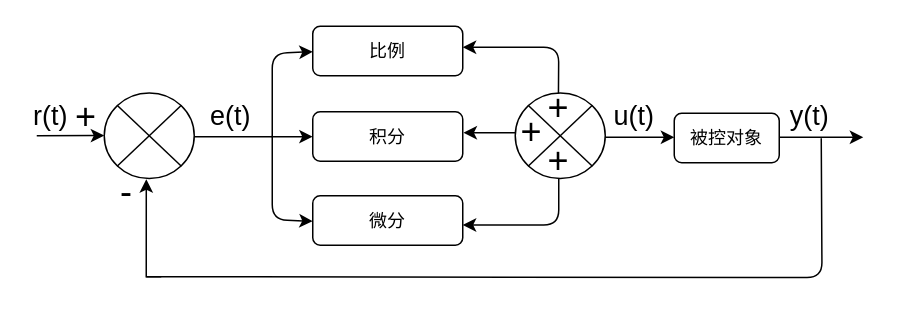
The draw.io diagram draw01.drawio in madao101/draw, before the edit. Source tidied: cells renumbered, new cells numbered last; positions are measured from the earlier drawing's top-left corner, leaving out a move shared by most shapes. Both pictures are drawn from the tidied source at 150%, with x=0, y=0 at pixel (36, 26).
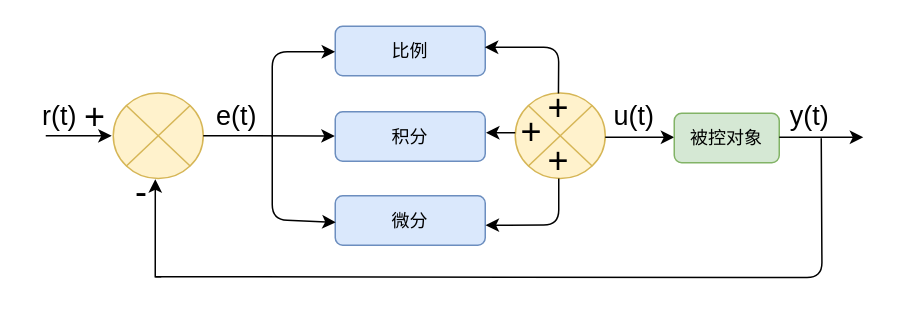
The same page after the edit.

Change to the diagram source:
```diff
@@
-    <mxCell id="2" style="endArrow=classic;html=1;rounded=1;" parent="1" edge="1">
+    <mxCell id="2" style="endArrow=classic;html=1;rounded=1;entryX=-0.017;entryY=0.501;entryDx=0;entryDy=0;entryPerimeter=0;" parent="1" edge="1" target="4">
       <mxGeometry relative="1" as="geometry">
-        <mxPoint y="73" as="sourcePoint" />
-        <mxPoint x="45" y="72.9" as="targetPoint" />
+        <mxPoint x="6" y="73" as="sourcePoint" />
       </mxGeometry>
     </mxCell>
-    <mxCell id="3" value="比例" style="rounded=1;whiteSpace=wrap;html=1;shadow=0;glass=0;" parent="1" vertex="1">
-      <mxGeometry x="184" width="100" height="33" as="geometry" />
+    <mxCell id="3" value="比例" style="rounded=1;whiteSpace=wrap;html=1;shadow=0;glass=0;fillColor=#dae8fc;strokeColor=#6c8ebf;" parent="1" vertex="1">
+      <mxGeometry x="199" width="100" height="33" as="geometry" />
     </mxCell>
-    <mxCell id="4" style="verticalLabelPosition=bottom;verticalAlign=top;html=1;shape=mxgraph.flowchart.or;rounded=1;" parent="1" vertex="1">
-      <mxGeometry x="45" y="44.5" width="60" height="57" as="geometry" />
+    <mxCell id="4" style="verticalLabelPosition=bottom;verticalAlign=top;html=1;shape=mxgraph.flowchart.or;rounded=1;fillColor=#fff2cc;strokeColor=#d6b656;" parent="1" vertex="1">
+      <mxGeometry x="51" y="44.5" width="60" height="57" as="geometry" />
     </mxCell>
-    <mxCell id="5" value="积分" style="rounded=1;whiteSpace=wrap;html=1;" parent="1" vertex="1">
-      <mxGeometry x="184" y="57" width="100" height="33" as="geometry" />
+    <mxCell id="5" value="积分" style="rounded=1;whiteSpace=wrap;html=1;fillColor=#dae8fc;strokeColor=#6c8ebf;" parent="1" vertex="1">
+      <mxGeometry x="199" y="57" width="100" height="33" as="geometry" />
     </mxCell>
-    <mxCell id="6" value="微分" style="rounded=1;whiteSpace=wrap;html=1;" parent="1" vertex="1">
-      <mxGeometry x="184" y="113" width="100" height="33" as="geometry" />
+    <mxCell id="6" value="微分" style="rounded=1;whiteSpace=wrap;html=1;fillColor=#dae8fc;strokeColor=#6c8ebf;" parent="1" vertex="1">
+      <mxGeometry x="199" y="113" width="100" height="33" as="geometry" />
     </mxCell>
-    <mxCell id="7" style="verticalLabelPosition=bottom;verticalAlign=top;html=1;shape=mxgraph.flowchart.or;rounded=1;" parent="1" vertex="1">
+    <mxCell id="7" style="verticalLabelPosition=bottom;verticalAlign=top;html=1;shape=mxgraph.flowchart.or;rounded=1;fillColor=#fff2cc;strokeColor=#d6b656;" parent="1" vertex="1">
       <mxGeometry x="319" y="44.5" width="60" height="57" as="geometry" />
     </mxCell>
     <mxCell id="8" value="&lt;font style=&quot;font-size: 24px;&quot;&gt;+&lt;/font&gt;" style="text;strokeColor=none;align=center;fillColor=none;html=1;verticalAlign=middle;whiteSpace=wrap;rounded=0;" parent="1" vertex="1">
-      <mxGeometry x="25" y="46" width="16" height="30" as="geometry" />
+      <mxGeometry x="31" y="46" width="16" height="30" as="geometry" />
     </mxCell>
     <mxCell id="9" value="&lt;span style=&quot;font-size: 18px; white-space: nowrap; background-color: rgb(255, 255, 255);&quot;&gt;r(t)&lt;/span&gt;" style="text;strokeColor=none;align=center;fillColor=none;html=1;verticalAlign=middle;whiteSpace=wrap;rounded=0;" parent="1" vertex="1">
-      <mxGeometry y="44.5" width="19" height="30" as="geometry" />
+      <mxGeometry x="6" y="44.5" width="19" height="30" as="geometry" />
     </mxCell>
-    <mxCell id="10" style="endArrow=classic;html=1;rounded=1;strokeColor=default;align=center;verticalAlign=middle;fontFamily=Helvetica;fontSize=11;fontColor=default;labelBackgroundColor=default;exitX=1;exitY=0.513;exitDx=0;exitDy=0;exitPerimeter=0;targetPerimeterSpacing=0;" parent="1" edge="1" source="4" target="5">
+    <mxCell id="10" style="endArrow=classic;html=1;rounded=1;strokeColor=default;align=center;verticalAlign=middle;fontFamily=Helvetica;fontSize=11;fontColor=default;labelBackgroundColor=default;exitX=1;exitY=0.5;exitDx=0;exitDy=0;exitPerimeter=0;targetPerimeterSpacing=0;entryX=-0.003;entryY=0.489;entryDx=0;entryDy=0;entryPerimeter=0;" parent="1" edge="1" source="4" target="5">
       <mxGeometry relative="1" as="geometry" />
     </mxCell>
-    <mxCell id="11" style="endArrow=classic;html=1;rounded=1;strokeColor=default;align=center;verticalAlign=middle;fontFamily=Helvetica;fontSize=11;fontColor=default;labelBackgroundColor=default;" parent="1" edge="1">
+    <mxCell id="11" style="endArrow=classic;html=1;rounded=1;strokeColor=default;align=center;verticalAlign=middle;fontFamily=Helvetica;fontSize=11;fontColor=default;labelBackgroundColor=default;entryX=-0.001;entryY=0.516;entryDx=0;entryDy=0;entryPerimeter=0;" parent="1" edge="1" target="3">
       <mxGeometry relative="1" as="geometry">
         <mxPoint x="157" y="74" as="sourcePoint" />
-        <mxPoint x="184" y="17" as="targetPoint" />
         <Array as="points">
-          <mxPoint x="157" y="18" />
+          <mxPoint x="157" y="17" />
         </Array>
       </mxGeometry>
     </mxCell>
-    <mxCell id="12" style="endArrow=classic;html=1;rounded=1;strokeColor=default;align=center;verticalAlign=middle;fontFamily=Helvetica;fontSize=11;fontColor=default;labelBackgroundColor=default;" parent="1" edge="1">
+    <mxCell id="12" style="endArrow=classic;html=1;rounded=1;strokeColor=default;align=center;verticalAlign=middle;fontFamily=Helvetica;fontSize=11;fontColor=default;labelBackgroundColor=default;entryX=0.003;entryY=0.537;entryDx=0;entryDy=0;entryPerimeter=0;" parent="1" edge="1" target="6">
       <mxGeometry relative="1" as="geometry">
         <mxPoint x="157" y="73" as="sourcePoint" />
-        <mxPoint x="184" y="130" as="targetPoint" />
         <Array as="points">
           <mxPoint x="157" y="129" />
         </Array>
       </mxGeometry>
     </mxCell>
     <mxCell id="13" style="endArrow=none;html=1;rounded=1;strokeColor=default;align=center;verticalAlign=middle;fontFamily=Helvetica;fontSize=11;fontColor=default;labelBackgroundColor=default;entryX=0.423;entryY=1.002;entryDx=0;entryDy=0;entryPerimeter=0;edgeStyle=orthogonalEdgeStyle;endFill=0;" parent="1" edge="1">
       <mxGeometry relative="1" as="geometry">
-        <mxPoint x="73" y="167" as="sourcePoint" />
+        <mxPoint x="79" y="167" as="sourcePoint" />
         <mxPoint x="523" y="74.6" as="targetPoint" />
       </mxGeometry>
     </mxCell>
     <mxCell id="14" value="&lt;font style=&quot;font-size: 24px;&quot;&gt;-&lt;/font&gt;" style="text;strokeColor=none;align=center;fillColor=none;html=1;verticalAlign=middle;whiteSpace=wrap;rounded=0;" parent="1" vertex="1">
-      <mxGeometry x="52" y="96" width="16" height="30" as="geometry" />
+      <mxGeometry x="62" y="96" width="16" height="30" as="geometry" />
     </mxCell>
     <mxCell id="15" value="&lt;span style=&quot;font-size: 18px; white-space: nowrap; background-color: rgb(255, 255, 255);&quot;&gt;e(t)&lt;/span&gt;" style="text;strokeColor=none;align=center;fillColor=none;html=1;verticalAlign=middle;whiteSpace=wrap;rounded=0;" parent="1" vertex="1">
-      <mxGeometry x="120" y="44.5" width="19" height="30" as="geometry" />
+      <mxGeometry x="124" y="44.5" width="19" height="30" as="geometry" />
     </mxCell>
@@
-    <mxCell id="17" value="被控对象" style="rounded=1;whiteSpace=wrap;html=1;shadow=0;glass=0;" parent="1" vertex="1">
+    <mxCell id="17" value="被控对象" style="rounded=1;whiteSpace=wrap;html=1;shadow=0;glass=0;fillColor=#d5e8d4;strokeColor=#82b366;" parent="1" vertex="1">
       <mxGeometry x="425" y="58" width="70" height="33" as="geometry" />
     </mxCell>
@@
     <mxCell id="21" style="endArrow=classic;html=1;rounded=0;entryX=0.467;entryY=1.009;entryDx=0;entryDy=0;entryPerimeter=0;" parent="1" edge="1" target="4">
       <mxGeometry relative="1" as="geometry">
         <mxPoint x="83" y="167" as="sourcePoint" />
         <Array as="points">
-          <mxPoint x="73" y="167" />
+          <mxPoint x="79" y="167" />
         </Array>
       </mxGeometry>
     </mxCell>
@@
-    <mxCell id="23" style="endArrow=classic;html=1;rounded=1;strokeColor=default;align=center;verticalAlign=middle;fontFamily=Helvetica;fontSize=11;fontColor=default;labelBackgroundColor=default;exitX=0.48;exitY=0.006;exitDx=0;exitDy=0;exitPerimeter=0;" parent="1" edge="1" source="7">
+    <mxCell id="23" style="endArrow=classic;html=1;rounded=1;strokeColor=default;align=center;verticalAlign=middle;fontFamily=Helvetica;fontSize=11;fontColor=default;labelBackgroundColor=default;exitX=0.48;exitY=0.006;exitDx=0;exitDy=0;exitPerimeter=0;entryX=0.997;entryY=0.424;entryDx=0;entryDy=0;entryPerimeter=0;" parent="1" edge="1" source="7" target="3">
       <mxGeometry relative="1" as="geometry">
-        <mxPoint x="284" y="14" as="targetPoint" />
         <Array as="points">
           <mxPoint x="348" y="14" />
         </Array>
       </mxGeometry>
     </mxCell>
-    <mxCell id="24" style="endArrow=classic;html=1;rounded=1;strokeColor=default;align=center;verticalAlign=middle;fontFamily=Helvetica;fontSize=11;fontColor=default;labelBackgroundColor=default;exitX=0.48;exitY=0.006;exitDx=0;exitDy=0;exitPerimeter=0;" parent="1" edge="1">
+    <mxCell id="24" style="endArrow=classic;html=1;rounded=1;strokeColor=default;align=center;verticalAlign=middle;fontFamily=Helvetica;fontSize=11;fontColor=default;labelBackgroundColor=default;exitX=0.48;exitY=0.006;exitDx=0;exitDy=0;exitPerimeter=0;entryX=1.002;entryY=0.595;entryDx=0;entryDy=0;entryPerimeter=0;" parent="1" edge="1" target="6">
       <mxGeometry relative="1" as="geometry">
         <mxPoint x="348" y="101.5" as="sourcePoint" />
-        <mxPoint x="284" y="132.5" as="targetPoint" />
         <Array as="points">
           <mxPoint x="348" y="132.5" />
         </Array>
       </mxGeometry>
     </mxCell>
```
